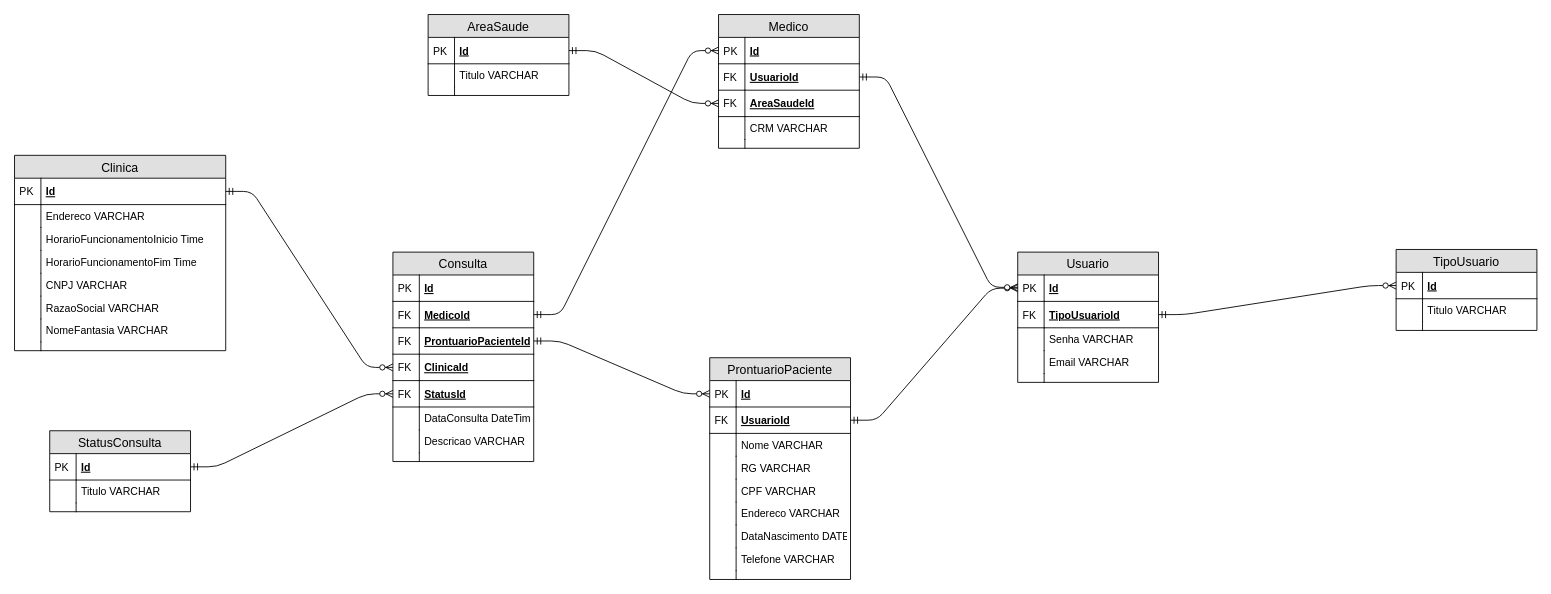
This is SPRINT 1 - BD/PROJETO PRINCIPAL/Modelagens/ModeloLogicoMedGroup.drawio from DiogoBotton/Documentos-gerais-SENAI-2T, a draw.io file, before an edit. Source tidied: cells renumbered, new cells numbered last; positions are measured from the earlier drawing's top-left corner, leaving out a move shared by most shapes. Both pictures are drawn from the tidied source at 88%, with x=0, y=0 at pixel (14, 14).
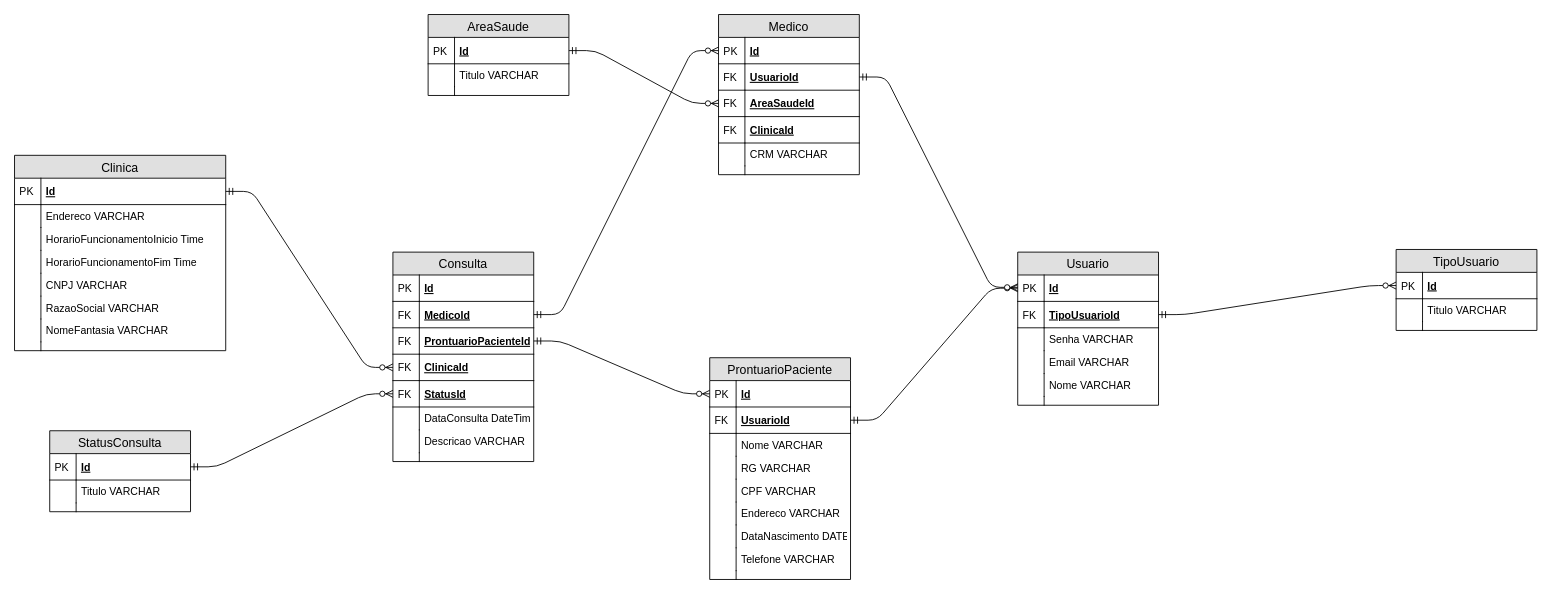
After the change.

The edit, as a diff of the source:
```diff
@@
     <mxCell id="2" value="Usuario" style="swimlane;fontStyle=0;horizontal=1;startSize=26;fillColor=#e0e0e0;swimlaneFillColor=#ffffff;align=center;fontSize=14;" parent="1" vertex="1">
-      <mxGeometry x="1140" y="270" width="160" height="148" as="geometry" />
+      <mxGeometry x="1140" y="270" width="160" height="174" as="geometry" />
     </mxCell>
@@
+    <mxCell id="106" value="Nome VARCHAR" style="shape=partialRectangle;top=0;left=0;right=0;bottom=0;align=left;verticalAlign=top;fillColor=none;spacingLeft=34;spacingRight=4;overflow=hidden;fontSize=12;" parent="2" vertex="1">
+      <mxGeometry y="138" width="160" height="26" as="geometry" />
+    </mxCell>
+    <mxCell id="107" style="shape=partialRectangle;top=0;left=0;bottom=0;fillColor=none;align=left;verticalAlign=top;spacingLeft=4;spacingRight=4;overflow=hidden;fontSize=12;" parent="106" vertex="1">
+      <mxGeometry width="30" height="26" as="geometry" />
+    </mxCell>
     <mxCell id="11" style="shape=partialRectangle;top=0;left=0;right=0;bottom=0;align=left;verticalAlign=top;fillColor=none;spacingLeft=34;spacingRight=4;overflow=hidden;fontSize=12;" parent="2" vertex="1">
-      <mxGeometry y="138" width="160" height="10" as="geometry" />
+      <mxGeometry y="164" width="160" height="10" as="geometry" />
     </mxCell>
@@
     <mxCell id="41" value="Medico" style="swimlane;fontStyle=0;horizontal=1;startSize=26;fillColor=#e0e0e0;swimlaneFillColor=#ffffff;align=center;fontSize=14;" parent="1" vertex="1">
-      <mxGeometry x="800" width="160" height="152" as="geometry" />
+      <mxGeometry x="800" width="160" height="182" as="geometry" />
     </mxCell>
@@
+    <mxCell id="108" value="ClinicaId" style="shape=partialRectangle;top=0;left=0;right=0;bottom=1;align=left;verticalAlign=middle;fillColor=none;spacingLeft=34;spacingRight=4;overflow=hidden;fontStyle=5;fontSize=12;" parent="41" vertex="1">
+      <mxGeometry y="116" width="160" height="30" as="geometry" />
+    </mxCell>
+    <mxCell id="109" value="FK" style="shape=partialRectangle;top=0;left=0;bottom=0;fillColor=none;align=left;verticalAlign=middle;spacingLeft=4;spacingRight=4;overflow=hidden;fontSize=12;" parent="108" vertex="1">
+      <mxGeometry width="30" height="30" as="geometry" />
+    </mxCell>
     <mxCell id="48" value="CRM VARCHAR" style="shape=partialRectangle;top=0;left=0;right=0;bottom=0;align=left;verticalAlign=top;fillColor=none;spacingLeft=34;spacingRight=4;overflow=hidden;fontSize=12;" parent="41" vertex="1">
-      <mxGeometry y="116" width="160" height="26" as="geometry" />
+      <mxGeometry y="146" width="160" height="26" as="geometry" />
     </mxCell>
@@
     <mxCell id="50" style="shape=partialRectangle;top=0;left=0;right=0;bottom=0;align=left;verticalAlign=top;fillColor=none;spacingLeft=34;spacingRight=4;overflow=hidden;fontSize=12;" parent="41" vertex="1">
-      <mxGeometry y="142" width="160" height="10" as="geometry" />
+      <mxGeometry y="172" width="160" height="10" as="geometry" />
     </mxCell>
```
